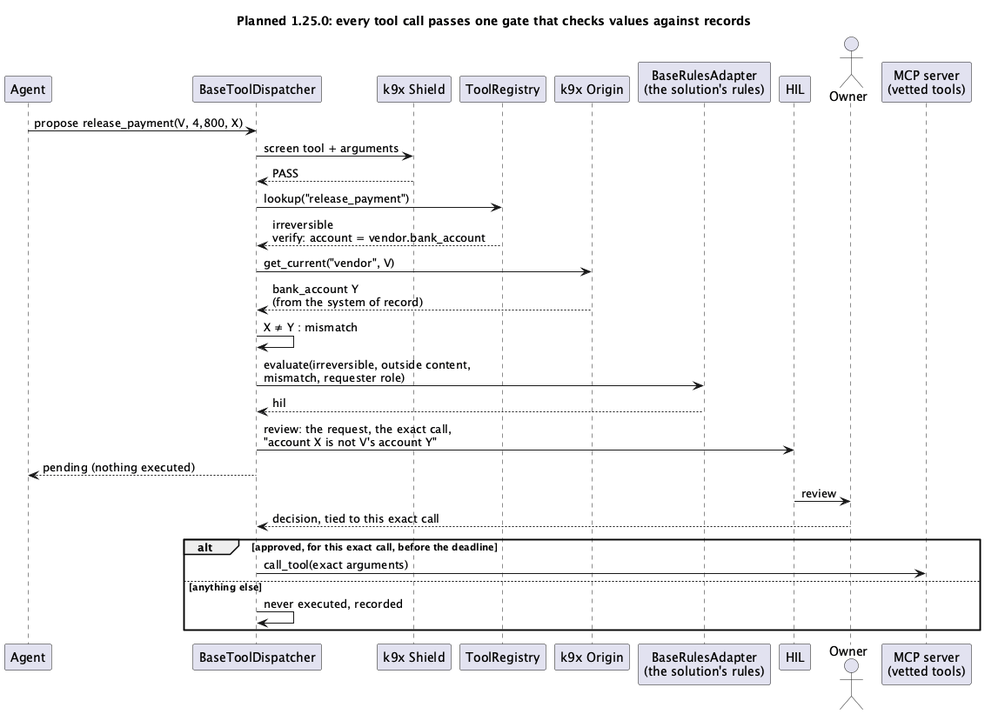
The PlantUML diagram assets/images/blogs/hil-review-planned.png in k9aif/k9-aif-blogs, before a commit.
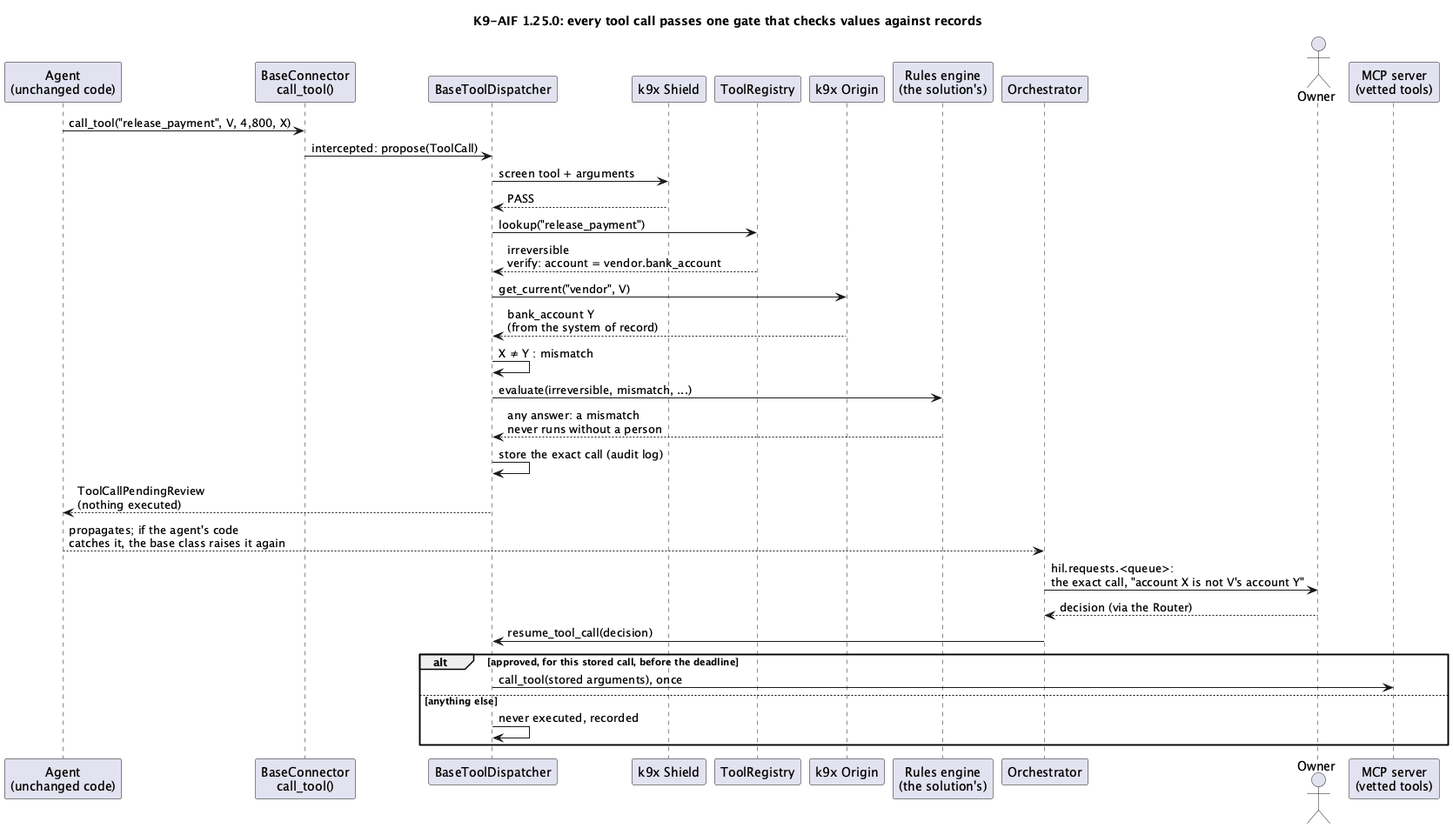
After the commit.

Commit message:
Blog draft: describe the shipped 1.25.0 tool gate; K9X RulesEngine coming this week

What changed in the source:
```diff
@@ -1,17 +1,19 @@
 @startuml hil-review-planned
-title Planned 1.25.0: every tool call passes one gate that checks values against records
+title K9-AIF 1.25.0: every tool call passes one gate that checks values against records
 
-participant "Agent" as A
+participant "Agent\n(unchanged code)" as A
+participant "BaseConnector\ncall_tool()" as C
 participant "BaseToolDispatcher" as D
 participant "k9x Shield" as SE
 participant "ToolRegistry" as R
 participant "k9x Origin" as OR
-participant "BaseRulesAdapter\n(the solution's rules)" as RU
-participant "HIL" as H
+participant "Rules engine\n(the solution's)" as RU
+participant "Orchestrator" as O
 actor "Owner" as V
 participant "MCP server\n(vetted tools)" as T
 
-A -> D : propose release_payment(V, 4,800, X)
+A -> C : call_tool("release_payment", V, 4,800, X)
+C -> D : intercepted: propose(ToolCall)
 D -> SE : screen tool + arguments
 SE --> D : PASS
 D -> R : lookup("release_payment")
@@ -19,16 +21,17 @@
 D -> OR : get_current("vendor", V)
 OR --> D : bank_account Y\n(from the system of record)
 D -> D : X ≠ Y : mismatch
-D -> RU : evaluate(irreversible, outside content,\nmismatch, requester role)
-RU --> D : hil
+D -> RU : evaluate(irreversible, mismatch, ...)
+RU --> D : any answer: a mismatch\nnever runs without a person
+D -> D : store the exact call (audit log)
+D --> A : ToolCallPendingReview\n(nothing executed)
+A --> O : propagates; if the agent's code\ncatches it, the base class raises it again
+O -> V : hil.requests.<queue>:\nthe exact call, "account X is not V's account Y"
+V --> O : decision (via the Router)
+O -> D : resume_tool_call(decision)
 
-D -> H : review: the request, the exact call,\n"account X is not V's account Y"
-D --> A : pending (nothing executed)
-H -> V : review
-V --> D : decision, tied to this exact call
-
-alt approved, for this exact call, before the deadline
-  D -> T : call_tool(exact arguments)
+alt approved, for this stored call, before the deadline
+  D -> T : call_tool(stored arguments), once
 else anything else
   D -> D : never executed, recorded
 end
```
